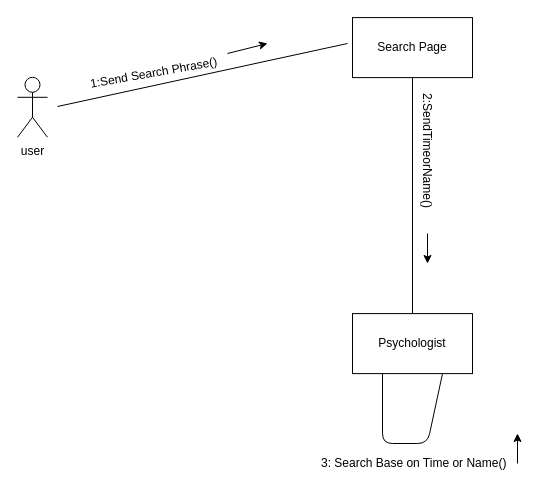
Earlier version of the draw.io diagram Communication Diagram/Communication Diagram Search.drawio (mohammadamir98/Sama_sw1). Source tidied: cells renumbered, new cells numbered last; positions are measured from the earlier drawing's top-left corner, leaving out a move shared by most shapes. Both pictures are drawn from the tidied source at 100%, with x=0, y=0 at pixel (17, 17).
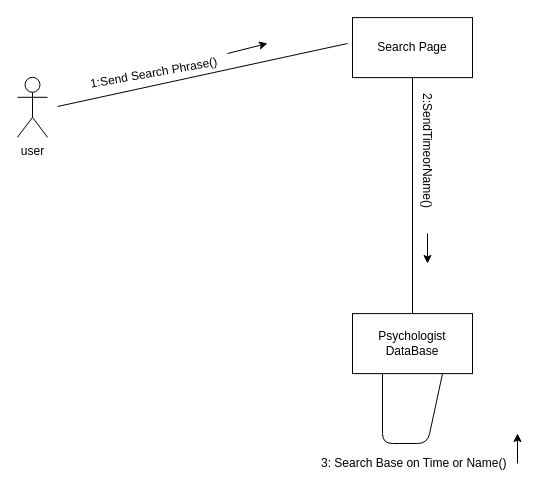
The same page after the edit.

The edit, as a diff of the source:
```diff
@@
 <mxGraphModel>
   <root>
     <mxCell id="0" />
     <mxCell id="1" parent="0" />
     <mxCell id="2" value="&lt;div&gt;user&lt;/div&gt;&lt;div&gt;&lt;br&gt;&lt;/div&gt;" style="shape=umlActor;verticalLabelPosition=bottom;labelBackgroundColor=#ffffff;verticalAlign=top;html=1;" parent="1" vertex="1">
       <mxGeometry y="59.8" width="30" height="60" as="geometry" />
     </mxCell>
     <mxCell id="3" value="Search Page" style="rounded=0;whiteSpace=wrap;html=1;" parent="1" vertex="1">
       <mxGeometry x="335" y="0.1" width="120" height="60" as="geometry" />
     </mxCell>
-    <mxCell id="4" value="Psychologist" style="rounded=0;whiteSpace=wrap;html=1;" parent="1" vertex="1">
+    <mxCell id="4" value="Psychologist DataBase" style="rounded=0;whiteSpace=wrap;html=1;" parent="1" vertex="1">
       <mxGeometry x="335" y="296.1" width="120" height="60" as="geometry" />
     </mxCell>
     <mxCell id="5" style="endArrow=none;html=1;" parent="1" edge="1">
       <mxGeometry relative="1" as="geometry">
         <mxPoint x="40" y="89" as="sourcePoint" />
         <mxPoint x="330" y="26" as="targetPoint" />
       </mxGeometry>
     </mxCell>
     <mxCell id="6" value="1:Send Search Phrase()" style="text;html=1;rotation=-10;" parent="1" vertex="1">
       <mxGeometry x="70" y="41" width="140" height="30" as="geometry" />
     </mxCell>
     <mxCell id="7" style="endArrow=classic;html=1;" parent="1" edge="1">
       <mxGeometry relative="1" as="geometry">
         <mxPoint x="210" y="36" as="sourcePoint" />
         <mxPoint x="250" y="26" as="targetPoint" />
       </mxGeometry>
     </mxCell>
     <mxCell id="8" style="endArrow=none;html=1;entryX=0.5;entryY=1;entryDx=0;entryDy=0;exitX=0.5;exitY=0;exitDx=0;exitDy=0;" parent="1" edge="1" source="4" target="3">
       <mxGeometry relative="1" as="geometry" />
     </mxCell>
     <mxCell id="9" value="&lt;span&gt;2:SendTimeorName()&lt;/span&gt;" style="text;html=1;align=left;verticalAlign=top;spacingTop=-4;rotation=90;" parent="1" vertex="1">
       <mxGeometry x="350" y="134" width="130" height="10" as="geometry" />
     </mxCell>
     <mxCell id="10" style="endArrow=classic;html=1;" parent="1" edge="1">
       <mxGeometry relative="1" as="geometry">
         <mxPoint x="410" y="216" as="sourcePoint" />
         <mxPoint x="410" y="246" as="targetPoint" />
       </mxGeometry>
     </mxCell>
     <mxCell id="11" style="endArrow=none;html=1;exitX=0.25;exitY=1;exitDx=0;exitDy=0;entryX=0.75;entryY=1;entryDx=0;entryDy=0;" parent="1" edge="1" source="4" target="4">
       <mxGeometry relative="1" as="geometry">
         <Array as="points">
           <mxPoint x="365" y="426" />
           <mxPoint x="410" y="426" />
         </Array>
       </mxGeometry>
     </mxCell>
     <mxCell id="12" value="&lt;span&gt;3: Search Base on Time or Name()&lt;/span&gt;" style="text;html=1;align=left;verticalAlign=top;spacingTop=-4;" parent="1" vertex="1">
       <mxGeometry x="302" y="436" width="200" height="10" as="geometry" />
     </mxCell>
     <mxCell id="13" style="endArrow=classic;html=1;" parent="1" edge="1">
       <mxGeometry relative="1" as="geometry">
         <mxPoint x="500" y="446" as="sourcePoint" />
         <mxPoint x="500" y="416" as="targetPoint" />
       </mxGeometry>
     </mxCell>
   </root>
 </mxGraphModel>
```
